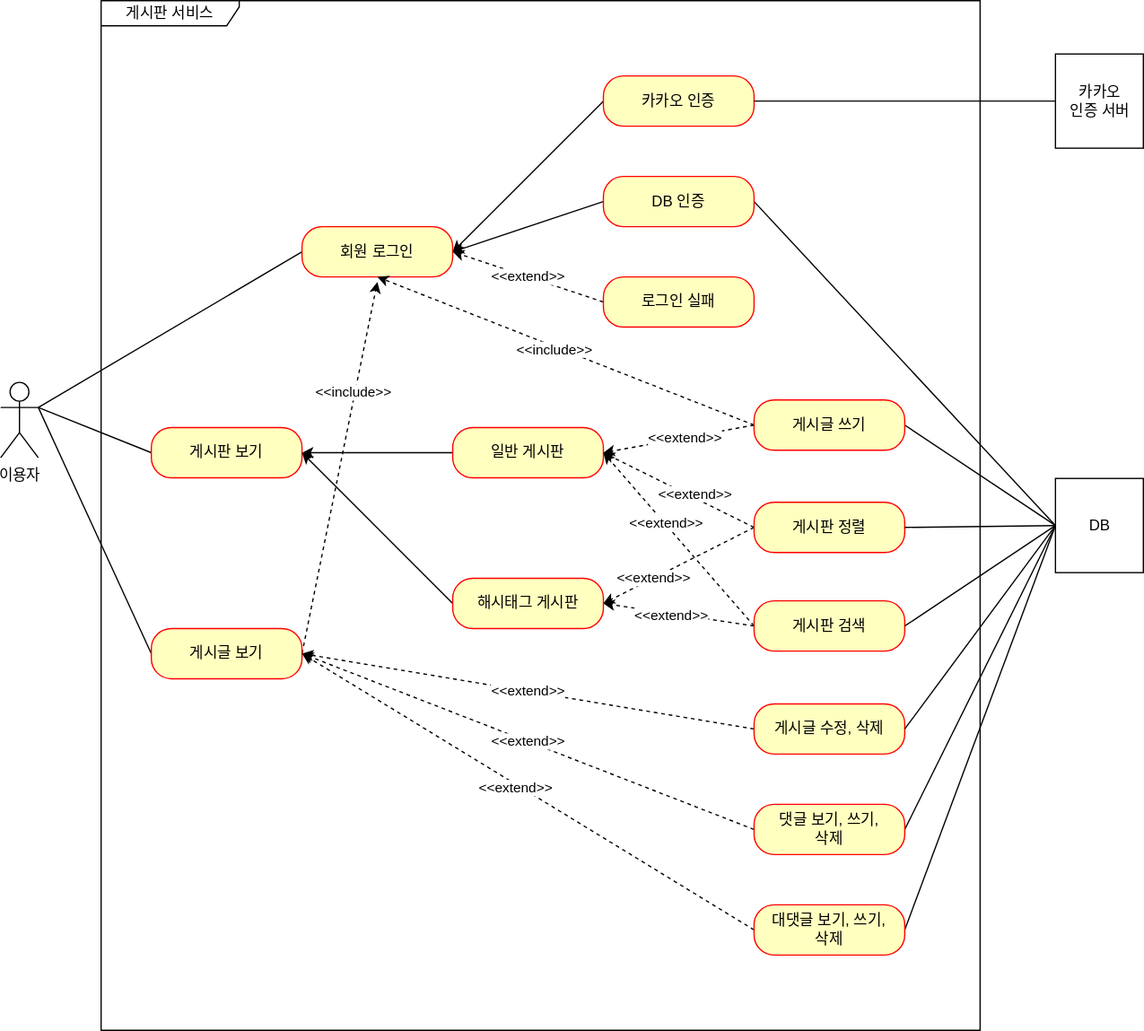
Above: document/use-case.svg in LeticiaKang/Project_board (draw.io), before the change. Source tidied: cells renumbered, new cells last; positions are measured from the earlier drawing's top-left corner, leaving out a move shared by most shapes. Source of this version:
```xml
<mxGraphModel>
  <root>
    <mxCell id="0" />
    <mxCell id="1" parent="0" />
    <mxCell id="2" value="이용자" style="shape=umlActor;verticalLabelPosition=bottom;verticalAlign=top;html=1;" parent="1" vertex="1">
      <mxGeometry y="304" width="30" height="60" as="geometry" />
    </mxCell>
    <mxCell id="3" value="게시판 서비스" style="shape=umlFrame;whiteSpace=wrap;html=1;width=110;height=20;" parent="1" vertex="1">
      <mxGeometry x="80" width="700" height="820" as="geometry" />
    </mxCell>
    <mxCell id="4" style="rounded=0;jettySize=auto;html=1;exitX=0;exitY=0.5;exitDx=0;exitDy=0;entryX=1;entryY=0.5;entryDx=0;entryDy=0;" parent="1" edge="1" source="5" target="7">
      <mxGeometry relative="1" as="geometry" />
    </mxCell>
    <mxCell id="5" value="일반 게시판" style="rounded=1;whiteSpace=wrap;html=1;arcSize=40;fontColor=#000000;fillColor=#ffffc0;strokeColor=#ff0000;" parent="1" vertex="1">
      <mxGeometry x="360" y="340" width="120" height="40" as="geometry" />
    </mxCell>
    <mxCell id="6" style="edgeStyle=none;rounded=0;jettySize=auto;html=1;exitX=0;exitY=0.5;exitDx=0;exitDy=0;entryX=1;entryY=0.3333333333333333;entryDx=0;entryDy=0;entryPerimeter=0;endArrow=none;endFill=0;" parent="1" edge="1" source="7" target="2">
      <mxGeometry relative="1" as="geometry" />
    </mxCell>
    <mxCell id="7" value="게시판 보기" style="rounded=1;whiteSpace=wrap;html=1;arcSize=40;fontColor=#000000;fillColor=#ffffc0;strokeColor=#ff0000;" parent="1" vertex="1">
      <mxGeometry x="120" y="340" width="120" height="40" as="geometry" />
    </mxCell>
    <mxCell id="8" style="edgeStyle=none;rounded=0;jettySize=auto;html=1;exitX=0;exitY=0.5;exitDx=0;exitDy=0;endArrow=none;endFill=0;" parent="1" edge="1" source="11">
      <mxGeometry relative="1" as="geometry">
        <mxPoint x="30" y="324" as="targetPoint" />
      </mxGeometry>
    </mxCell>
    <mxCell id="9" style="edgeStyle=none;rounded=0;jettySize=auto;html=1;exitX=1;exitY=0.5;exitDx=0;exitDy=0;dashed=1;endArrow=classic;endFill=1;" parent="1" edge="1" source="11">
      <mxGeometry relative="1" as="geometry">
        <mxPoint x="300" y="224" as="targetPoint" />
      </mxGeometry>
    </mxCell>
    <mxCell id="10" value="&amp;lt;&amp;lt;include&amp;gt;&amp;gt;" style="edgeLabel;html=1;align=center;verticalAlign=middle;" parent="9" vertex="1">
      <mxGeometry x="0.41" y="2" relative="1" as="geometry" />
    </mxCell>
    <mxCell id="11" value="게시글 보기" style="rounded=1;whiteSpace=wrap;html=1;arcSize=40;fontColor=#000000;fillColor=#ffffc0;strokeColor=#ff0000;" parent="1" vertex="1">
      <mxGeometry x="120" y="500" width="120" height="40" as="geometry" />
    </mxCell>
    <mxCell id="12" style="edgeStyle=none;rounded=0;jettySize=auto;html=1;exitX=0;exitY=0.5;exitDx=0;exitDy=0;endArrow=none;endFill=0;" parent="1" edge="1" source="13">
      <mxGeometry relative="1" as="geometry">
        <mxPoint x="30" y="324" as="targetPoint" />
      </mxGeometry>
    </mxCell>
    <mxCell id="13" value="회원 로그인" style="rounded=1;whiteSpace=wrap;html=1;arcSize=40;fontColor=#000000;fillColor=#ffffc0;strokeColor=#ff0000;" parent="1" vertex="1">
      <mxGeometry x="240" y="180" width="120" height="40" as="geometry" />
    </mxCell>
    <mxCell id="14" style="edgeStyle=none;rounded=0;jettySize=auto;html=1;exitX=1;exitY=0.5;exitDx=0;exitDy=0;entryX=0;entryY=0.5;entryDx=0;entryDy=0;endArrow=none;endFill=0;" parent="1" edge="1" source="16" target="39">
      <mxGeometry relative="1" as="geometry" />
    </mxCell>
    <mxCell id="15" style="edgeStyle=none;rounded=0;jettySize=auto;html=1;exitX=0;exitY=0.5;exitDx=0;exitDy=0;entryX=1;entryY=0.5;entryDx=0;entryDy=0;endArrow=classic;endFill=1;" parent="1" edge="1" source="16" target="13">
      <mxGeometry relative="1" as="geometry" />
    </mxCell>
    <mxCell id="16" value="DB 인증" style="rounded=1;whiteSpace=wrap;html=1;arcSize=40;fontColor=#000000;fillColor=#ffffc0;strokeColor=#ff0000;" parent="1" vertex="1">
      <mxGeometry x="480" y="140" width="120" height="40" as="geometry" />
    </mxCell>
    <mxCell id="17" value="&amp;lt;&amp;lt;extend&amp;gt;&amp;gt;" style="edgeStyle=none;rounded=0;jettySize=auto;html=1;exitX=0;exitY=0.5;exitDx=0;exitDy=0;entryX=1;entryY=0.5;entryDx=0;entryDy=0;endArrow=classic;endFill=1;dashed=1;" parent="1" edge="1" source="18" target="13">
      <mxGeometry relative="1" as="geometry" />
    </mxCell>
    <mxCell id="18" value="로그인 실패" style="rounded=1;whiteSpace=wrap;html=1;arcSize=40;fontColor=#000000;fillColor=#ffffc0;strokeColor=#ff0000;" parent="1" vertex="1">
      <mxGeometry x="480" y="220" width="120" height="40" as="geometry" />
    </mxCell>
    <mxCell id="19" style="edgeStyle=none;rounded=0;jettySize=auto;html=1;exitX=0;exitY=0.5;exitDx=0;exitDy=0;entryX=1;entryY=0.5;entryDx=0;entryDy=0;dashed=1;endArrow=classic;endFill=1;" parent="1" edge="1" source="23" target="5">
      <mxGeometry relative="1" as="geometry" />
    </mxCell>
    <mxCell id="20" value="&amp;lt;&amp;lt;extend&amp;gt;&amp;gt;" style="edgeLabel;html=1;align=center;verticalAlign=middle;" parent="19" vertex="1">
      <mxGeometry x="-0.18" y="-3" relative="1" as="geometry" />
    </mxCell>
    <mxCell id="21" style="edgeStyle=none;rounded=0;jettySize=auto;html=1;exitX=0;exitY=0.5;exitDx=0;exitDy=0;entryX=1;entryY=0.5;entryDx=0;entryDy=0;dashed=1;" parent="1" edge="1" source="23" target="41">
      <mxGeometry relative="1" as="geometry" />
    </mxCell>
    <mxCell id="22" value="&amp;lt;&amp;lt;extend&amp;gt;&amp;gt;" style="edgeLabel;html=1;align=center;verticalAlign=middle;" parent="21" vertex="1">
      <mxGeometry x="0.33" relative="1" as="geometry">
        <mxPoint x="-1" as="offset" />
      </mxGeometry>
    </mxCell>
    <mxCell id="23" value="게시판 정렬" style="rounded=1;whiteSpace=wrap;html=1;arcSize=40;fontColor=#000000;fillColor=#ffffc0;strokeColor=#ff0000;" parent="1" vertex="1">
      <mxGeometry x="600" y="399.5" width="120" height="40" as="geometry" />
    </mxCell>
    <mxCell id="24" style="edgeStyle=none;rounded=0;jettySize=auto;html=1;exitX=0;exitY=0.5;exitDx=0;exitDy=0;dashed=1;endArrow=classic;endFill=1;entryX=1;entryY=0.5;entryDx=0;entryDy=0;" parent="1" edge="1" source="28" target="5">
      <mxGeometry relative="1" as="geometry" />
    </mxCell>
    <mxCell id="25" value="&amp;lt;&amp;lt;extend&amp;gt;&amp;gt;" style="edgeLabel;html=1;align=center;verticalAlign=middle;" parent="24" vertex="1">
      <mxGeometry x="0.18" y="-1" relative="1" as="geometry" />
    </mxCell>
    <mxCell id="26" style="edgeStyle=none;rounded=0;jettySize=auto;html=1;exitX=0;exitY=0.5;exitDx=0;exitDy=0;entryX=1;entryY=0.5;entryDx=0;entryDy=0;dashed=1;" parent="1" edge="1" source="28" target="41">
      <mxGeometry relative="1" as="geometry" />
    </mxCell>
    <mxCell id="27" value="&amp;lt;&amp;lt;extend&amp;gt;&amp;gt;" style="edgeLabel;html=1;align=center;verticalAlign=middle;" parent="26" vertex="1">
      <mxGeometry x="0.11" y="2" relative="1" as="geometry">
        <mxPoint x="1" as="offset" />
      </mxGeometry>
    </mxCell>
    <mxCell id="28" value="게시판 검색" style="rounded=1;whiteSpace=wrap;html=1;arcSize=40;fontColor=#000000;fillColor=#ffffc0;strokeColor=#ff0000;" parent="1" vertex="1">
      <mxGeometry x="600" y="478" width="120" height="40" as="geometry" />
    </mxCell>
    <mxCell id="29" value="&amp;lt;&amp;lt;extend&amp;gt;&amp;gt;" style="edgeStyle=none;rounded=0;jettySize=auto;html=1;exitX=0;exitY=0.5;exitDx=0;exitDy=0;entryX=1;entryY=0.5;entryDx=0;entryDy=0;dashed=1;endArrow=classic;endFill=1;" parent="1" edge="1" source="30" target="11">
      <mxGeometry relative="1" as="geometry" />
    </mxCell>
    <mxCell id="30" value="게시글 수정, 삭제" style="rounded=1;whiteSpace=wrap;html=1;arcSize=40;fontColor=#000000;fillColor=#ffffc0;strokeColor=#ff0000;" parent="1" vertex="1">
      <mxGeometry x="600" y="560" width="120" height="40" as="geometry" />
    </mxCell>
    <mxCell id="31" style="edgeStyle=none;rounded=0;jettySize=auto;html=1;exitX=0;exitY=0.5;exitDx=0;exitDy=0;dashed=1;endArrow=classic;endFill=1;entryX=1;entryY=0.5;entryDx=0;entryDy=0;" parent="1" edge="1" source="34" target="11">
      <mxGeometry relative="1" as="geometry" />
    </mxCell>
    <mxCell id="32" value="&amp;lt;&amp;lt;extend&amp;gt;&amp;gt;" style="edgeLabel;html=1;align=center;verticalAlign=middle;" parent="31" vertex="1">
      <mxGeometry x="0.01" relative="1" as="geometry" />
    </mxCell>
    <mxCell id="33" style="edgeStyle=none;rounded=0;jettySize=auto;html=1;exitX=1;exitY=0.5;exitDx=0;exitDy=0;endArrow=none;endFill=0;entryX=0;entryY=0.5;entryDx=0;entryDy=0;" parent="1" edge="1" source="34" target="39">
      <mxGeometry relative="1" as="geometry" />
    </mxCell>
    <mxCell id="34" value="댓글 보기, 쓰기,&lt;br&gt;삭제" style="rounded=1;whiteSpace=wrap;html=1;arcSize=40;fontColor=#000000;fillColor=#ffffc0;strokeColor=#ff0000;" parent="1" vertex="1">
      <mxGeometry x="600" y="640" width="120" height="40" as="geometry" />
    </mxCell>
    <mxCell id="35" style="edgeStyle=none;rounded=0;jettySize=auto;html=1;exitX=0;exitY=0.5;exitDx=0;exitDy=0;entryX=1;entryY=0.5;entryDx=0;entryDy=0;endArrow=none;endFill=0;" parent="1" edge="1" source="39" target="30">
      <mxGeometry relative="1" as="geometry" />
    </mxCell>
    <mxCell id="36" style="edgeStyle=none;rounded=0;jettySize=auto;html=1;exitX=0;exitY=0.5;exitDx=0;exitDy=0;entryX=1;entryY=0.5;entryDx=0;entryDy=0;endArrow=none;endFill=0;" parent="1" edge="1" source="39" target="28">
      <mxGeometry relative="1" as="geometry" />
    </mxCell>
    <mxCell id="37" style="edgeStyle=none;rounded=0;jettySize=auto;html=1;exitX=0;exitY=0.5;exitDx=0;exitDy=0;entryX=1;entryY=0.5;entryDx=0;entryDy=0;endArrow=none;endFill=0;" parent="1" edge="1" source="39" target="23">
      <mxGeometry relative="1" as="geometry" />
    </mxCell>
    <mxCell id="38" style="edgeStyle=none;rounded=0;jettySize=auto;html=1;exitX=0;exitY=0.5;exitDx=0;exitDy=0;entryX=1;entryY=0.5;entryDx=0;entryDy=0;endArrow=none;endFill=0;" parent="1" edge="1" source="39" target="47">
      <mxGeometry relative="1" as="geometry" />
    </mxCell>
    <mxCell id="39" value="DB" style="html=1;" parent="1" vertex="1">
      <mxGeometry x="840" y="380.5" width="70" height="75" as="geometry" />
    </mxCell>
    <mxCell id="40" style="jettySize=auto;html=1;exitX=0;exitY=0.5;exitDx=0;exitDy=0;entryX=1;entryY=0.5;entryDx=0;entryDy=0;rounded=0;" parent="1" edge="1" source="41" target="7">
      <mxGeometry relative="1" as="geometry" />
    </mxCell>
    <mxCell id="41" value="해시태그 게시판" style="rounded=1;whiteSpace=wrap;html=1;arcSize=40;fontColor=#000000;fillColor=#ffffc0;strokeColor=#ff0000;" parent="1" vertex="1">
      <mxGeometry x="360" y="460" width="120" height="40" as="geometry" />
    </mxCell>
    <mxCell id="42" style="edgeStyle=none;rounded=0;orthogonalLoop=1;jettySize=auto;html=1;exitX=0;exitY=0.5;exitDx=0;exitDy=0;" parent="1" edge="1" source="28" target="28">
      <mxGeometry relative="1" as="geometry" />
    </mxCell>
    <mxCell id="43" style="edgeStyle=none;rounded=0;jettySize=auto;html=1;exitX=0;exitY=0.5;exitDx=0;exitDy=0;entryX=1;entryY=0.5;entryDx=0;entryDy=0;dashed=1;" parent="1" edge="1" source="47" target="5">
      <mxGeometry relative="1" as="geometry" />
    </mxCell>
    <mxCell id="44" value="&amp;lt;&amp;lt;extend&amp;gt;&amp;gt;" style="edgeLabel;html=1;align=center;verticalAlign=middle;" parent="43" vertex="1">
      <mxGeometry x="-0.09" y="-1" relative="1" as="geometry" />
    </mxCell>
    <mxCell id="45" style="edgeStyle=none;rounded=0;jettySize=auto;html=1;exitX=0;exitY=0.5;exitDx=0;exitDy=0;entryX=0.5;entryY=1;entryDx=0;entryDy=0;endArrow=classic;endFill=1;dashed=1;" parent="1" edge="1" source="47" target="13">
      <mxGeometry relative="1" as="geometry" />
    </mxCell>
    <mxCell id="46" value="&amp;lt;&amp;lt;include&amp;gt;&amp;gt;" style="edgeLabel;html=1;align=center;verticalAlign=middle;" parent="45" vertex="1">
      <mxGeometry x="0.06" y="2" relative="1" as="geometry" />
    </mxCell>
    <mxCell id="47" value="게시글 쓰기" style="rounded=1;whiteSpace=wrap;html=1;arcSize=40;fontColor=#000000;fillColor=#ffffc0;strokeColor=#ff0000;" parent="1" vertex="1">
      <mxGeometry x="600" y="318" width="120" height="40" as="geometry" />
    </mxCell>
    <mxCell id="48" style="edgeStyle=none;rounded=0;jettySize=auto;html=1;exitX=0;exitY=0.5;exitDx=0;exitDy=0;entryX=1;entryY=0.5;entryDx=0;entryDy=0;endArrow=classic;endFill=1;dashed=1;" parent="1" edge="1" source="51" target="11">
      <mxGeometry relative="1" as="geometry" />
    </mxCell>
    <mxCell id="49" value="&amp;lt;&amp;lt;extend&amp;gt;&amp;gt;" style="edgeLabel;html=1;align=center;verticalAlign=middle;" parent="48" vertex="1">
      <mxGeometry x="0.05" y="3" relative="1" as="geometry" />
    </mxCell>
    <mxCell id="50" style="edgeStyle=none;rounded=0;jettySize=auto;html=1;exitX=1;exitY=0.5;exitDx=0;exitDy=0;entryX=0;entryY=0.5;entryDx=0;entryDy=0;endArrow=none;endFill=0;" parent="1" edge="1" source="51" target="39">
      <mxGeometry relative="1" as="geometry" />
    </mxCell>
    <mxCell id="51" value="대댓글 보기, 쓰기,&lt;br&gt;삭제" style="rounded=1;whiteSpace=wrap;html=1;arcSize=40;fontColor=#000000;fillColor=#ffffc0;strokeColor=#ff0000;" parent="1" vertex="1">
      <mxGeometry x="600" y="720" width="120" height="40" as="geometry" />
    </mxCell>
    <mxCell id="52" style="rounded=0;jettySize=auto;html=1;exitX=0;exitY=0.5;exitDx=0;exitDy=0;entryX=1;entryY=0.5;entryDx=0;entryDy=0;endArrow=classic;endFill=1;" parent="1" edge="1" source="53" target="13">
      <mxGeometry relative="1" as="geometry" />
    </mxCell>
    <mxCell id="53" value="카카오 인증" style="rounded=1;whiteSpace=wrap;html=1;arcSize=40;fontColor=#000000;fillColor=#ffffc0;strokeColor=#ff0000;" parent="1" vertex="1">
      <mxGeometry x="480" y="60" width="120" height="40" as="geometry" />
    </mxCell>
    <mxCell id="54" style="edgeStyle=orthogonalEdgeStyle;rounded=0;jettySize=auto;html=1;exitX=0;exitY=0.5;exitDx=0;exitDy=0;entryX=1;entryY=0.5;entryDx=0;entryDy=0;endArrow=none;endFill=0;" parent="1" edge="1" source="55" target="53">
      <mxGeometry relative="1" as="geometry" />
    </mxCell>
    <mxCell id="55" value="카카오&lt;br&gt;인증 서버" style="html=1;" parent="1" vertex="1">
      <mxGeometry x="840" y="42.5" width="70" height="75" as="geometry" />
    </mxCell>
  </root>
</mxGraphModel>
```
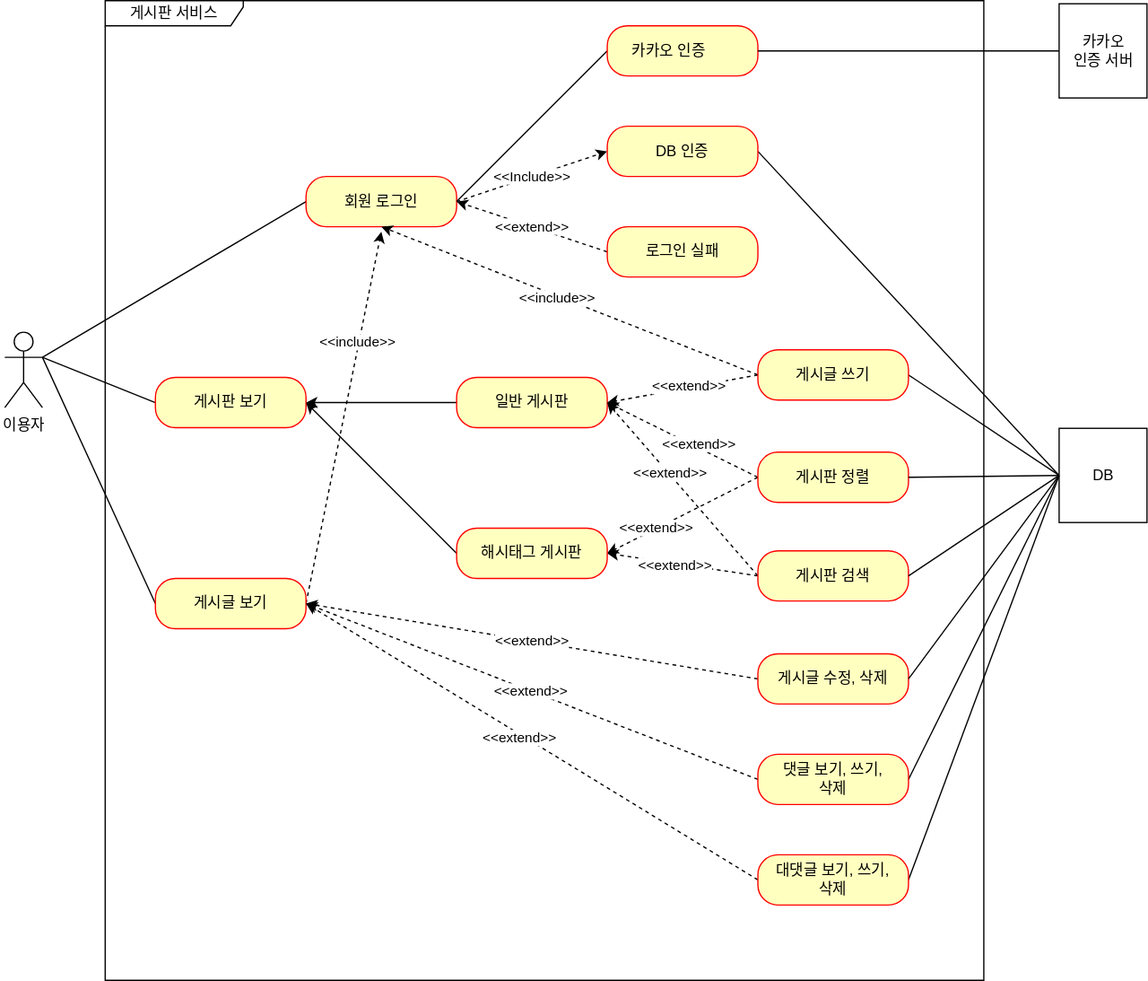
The same diagram one commit later.

Commit message:
#56 - 유즈케이스 업데이트

- 카카오 인증 및 대댓글 추가

The edit, as a diff of the source:
```diff
@@ -6,7 +6,7 @@
       <mxGeometry y="304" width="30" height="60" as="geometry" />
     </mxCell>
     <mxCell id="3" value="게시판 서비스" style="shape=umlFrame;whiteSpace=wrap;html=1;width=110;height=20;" parent="1" vertex="1">
-      <mxGeometry x="80" width="700" height="820" as="geometry" />
+      <mxGeometry x="80" y="40" width="700" height="780" as="geometry" />
     </mxCell>
     <mxCell id="4" style="rounded=0;jettySize=auto;html=1;exitX=0;exitY=0.5;exitDx=0;exitDy=0;entryX=1;entryY=0.5;entryDx=0;entryDy=0;" parent="1" edge="1" source="5" target="7">
       <mxGeometry relative="1" as="geometry" />
@@ -41,15 +41,15 @@
         <mxPoint x="30" y="324" as="targetPoint" />
       </mxGeometry>
     </mxCell>
+    <mxCell id="56" value="&amp;lt;&amp;lt;Include&amp;gt;&amp;gt;" style="rounded=0;jettySize=auto;html=1;exitX=1;exitY=0.5;exitDx=0;exitDy=0;entryX=0;entryY=0.5;entryDx=0;entryDy=0;dashed=1;" parent="1" edge="1" source="13" target="16">
+      <mxGeometry relative="1" as="geometry" />
+    </mxCell>
     <mxCell id="13" value="회원 로그인" style="rounded=1;whiteSpace=wrap;html=1;arcSize=40;fontColor=#000000;fillColor=#ffffc0;strokeColor=#ff0000;" parent="1" vertex="1">
       <mxGeometry x="240" y="180" width="120" height="40" as="geometry" />
     </mxCell>
     <mxCell id="14" style="edgeStyle=none;rounded=0;jettySize=auto;html=1;exitX=1;exitY=0.5;exitDx=0;exitDy=0;entryX=0;entryY=0.5;entryDx=0;entryDy=0;endArrow=none;endFill=0;" parent="1" edge="1" source="16" target="39">
       <mxGeometry relative="1" as="geometry" />
     </mxCell>
-    <mxCell id="15" style="edgeStyle=none;rounded=0;jettySize=auto;html=1;exitX=0;exitY=0.5;exitDx=0;exitDy=0;entryX=1;entryY=0.5;entryDx=0;entryDy=0;endArrow=classic;endFill=1;" parent="1" edge="1" source="16" target="13">
-      <mxGeometry relative="1" as="geometry" />
-    </mxCell>
     <mxCell id="16" value="DB 인증" style="rounded=1;whiteSpace=wrap;html=1;arcSize=40;fontColor=#000000;fillColor=#ffffc0;strokeColor=#ff0000;" parent="1" vertex="1">
       <mxGeometry x="480" y="140" width="120" height="40" as="geometry" />
     </mxCell>
@@ -162,17 +162,17 @@
     <mxCell id="51" value="대댓글 보기, 쓰기,&lt;br&gt;삭제" style="rounded=1;whiteSpace=wrap;html=1;arcSize=40;fontColor=#000000;fillColor=#ffffc0;strokeColor=#ff0000;" parent="1" vertex="1">
       <mxGeometry x="600" y="720" width="120" height="40" as="geometry" />
     </mxCell>
-    <mxCell id="52" style="rounded=0;jettySize=auto;html=1;exitX=0;exitY=0.5;exitDx=0;exitDy=0;entryX=1;entryY=0.5;entryDx=0;entryDy=0;endArrow=classic;endFill=1;" parent="1" edge="1" source="53" target="13">
+    <mxCell id="52" style="rounded=0;jettySize=auto;html=1;exitX=0;exitY=0.5;exitDx=0;exitDy=0;entryX=1;entryY=0.5;entryDx=0;entryDy=0;endArrow=none;endFill=0;" parent="1" edge="1" source="53" target="13">
       <mxGeometry relative="1" as="geometry" />
     </mxCell>
-    <mxCell id="53" value="카카오 인증" style="rounded=1;whiteSpace=wrap;html=1;arcSize=40;fontColor=#000000;fillColor=#ffffc0;strokeColor=#ff0000;" parent="1" vertex="1">
+    <mxCell id="53" value="카카오 인증&lt;span style=&quot;white-space: pre;&quot;&gt;&#9;&lt;/span&gt;" style="rounded=1;whiteSpace=wrap;html=1;arcSize=40;fontColor=#000000;fillColor=#ffffc0;strokeColor=#ff0000;" parent="1" vertex="1">
       <mxGeometry x="480" y="60" width="120" height="40" as="geometry" />
     </mxCell>
-    <mxCell id="54" style="edgeStyle=orthogonalEdgeStyle;rounded=0;jettySize=auto;html=1;exitX=0;exitY=0.5;exitDx=0;exitDy=0;entryX=1;entryY=0.5;entryDx=0;entryDy=0;endArrow=none;endFill=0;" parent="1" edge="1" source="55" target="53">
-      <mxGeometry relative="1" as="geometry" />
-    </mxCell>
     <mxCell id="55" value="카카오&lt;br&gt;인증 서버" style="html=1;" parent="1" vertex="1">
       <mxGeometry x="840" y="42.5" width="70" height="75" as="geometry" />
     </mxCell>
+    <mxCell id="57" style="rounded=0;jettySize=auto;html=1;exitX=1;exitY=0.5;exitDx=0;exitDy=0;endArrow=none;endFill=0;" parent="1" edge="1" source="53" target="55">
+      <mxGeometry relative="1" as="geometry" />
+    </mxCell>
   </root>
 </mxGraphModel>
```
